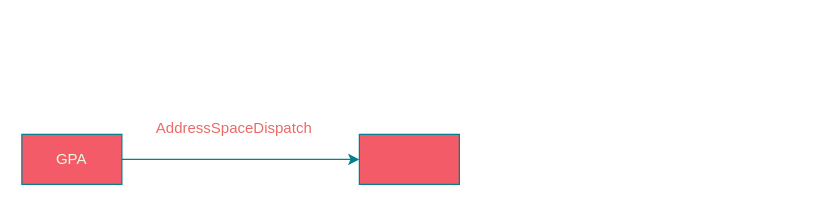
Yongibaoi/100-gdb-tips keeps this draw.io diagram as 内存管理1.drawio. Above is the earlier version. Source tidied: cells renumbered, new cells numbered last; positions are measured from the earlier drawing's top-left corner, leaving out a move shared by most shapes. Both pictures are drawn from the tidied source at 125%, with x=0, y=0 at pixel (21, 109).
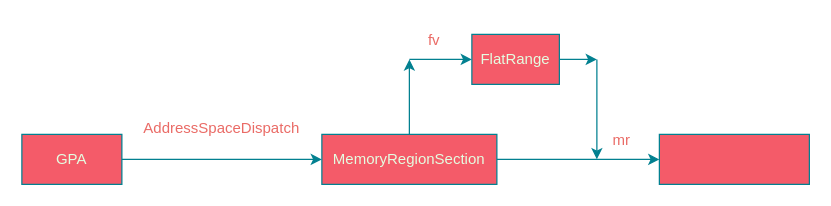
After the change.

Commit message (it also covers changes not shown here):
更新内存管理1.drawio

Change to the diagram source:
```diff
@@
 <mxGraphModel>
   <root>
     <mxCell id="0" />
     <mxCell id="1" parent="0" />
     <mxCell id="2" value="GPA" style="rounded=0;whiteSpace=wrap;html=1;labelBackgroundColor=none;fillColor=#F45B69;strokeColor=#028090;fontColor=#E4FDE1;" parent="1" vertex="1">
       <mxGeometry y="20" width="80" height="40" as="geometry" />
     </mxCell>
-    <mxCell id="3" style="rounded=0;whiteSpace=wrap;html=1;labelBackgroundColor=none;fillColor=#F45B69;strokeColor=#028090;fontColor=#E4FDE1;" parent="1" vertex="1">
-      <mxGeometry x="270" y="20" width="80" height="40" as="geometry" />
+    <mxCell id="3" value="MemoryRegionSection" style="rounded=0;whiteSpace=wrap;html=1;labelBackgroundColor=none;fillColor=#F45B69;strokeColor=#028090;fontColor=#E4FDE1;" parent="1" vertex="1">
+      <mxGeometry x="240" y="20" width="140" height="40" as="geometry" />
     </mxCell>
     <mxCell id="4" style="endArrow=classic;html=1;rounded=0;exitX=1;exitY=0.5;exitDx=0;exitDy=0;entryX=0;entryY=0.5;entryDx=0;entryDy=0;labelBackgroundColor=none;strokeColor=#028090;fontColor=default;" parent="1" edge="1" source="2" target="3">
       <mxGeometry relative="1" as="geometry" />
     </mxCell>
     <mxCell id="5" value="&lt;font color=&quot;#EA6B66&quot;&gt;AddressSpaceDispatch&lt;/font&gt;" style="text;html=1;strokeColor=none;fillColor=none;align=center;verticalAlign=middle;whiteSpace=wrap;rounded=0;fontColor=#E4FDE1;" parent="1" vertex="1">
-      <mxGeometry x="140" width="60" height="30" as="geometry" />
+      <mxGeometry x="130" width="60" height="30" as="geometry" />
     </mxCell>
+    <mxCell id="6" style="rounded=0;whiteSpace=wrap;html=1;strokeColor=#028090;fontColor=#E4FDE1;fillColor=#F45B69;" parent="1" vertex="1">
+      <mxGeometry x="510" y="20" width="120" height="40" as="geometry" />
+    </mxCell>
+    <mxCell id="7" value="FlatRange" style="rounded=0;whiteSpace=wrap;html=1;strokeColor=#028090;fontColor=#E4FDE1;fillColor=#F45B69;" parent="1" vertex="1">
+      <mxGeometry x="360" y="-60" width="70" height="40" as="geometry" />
+    </mxCell>
+    <mxCell id="8" style="endArrow=classic;html=1;rounded=0;strokeColor=#028090;fontColor=#E4FDE1;fillColor=#F45B69;exitX=0.5;exitY=0;exitDx=0;exitDy=0;" parent="1" edge="1" source="3">
+      <mxGeometry relative="1" as="geometry">
+        <mxPoint x="310" y="-40" as="targetPoint" />
+      </mxGeometry>
+    </mxCell>
+    <mxCell id="9" style="endArrow=classic;html=1;rounded=0;strokeColor=#028090;fontColor=#E4FDE1;fillColor=#F45B69;entryX=0;entryY=0.5;entryDx=0;entryDy=0;" parent="1" edge="1" target="7">
+      <mxGeometry relative="1" as="geometry">
+        <mxPoint x="310" y="-40" as="sourcePoint" />
+      </mxGeometry>
+    </mxCell>
+    <mxCell id="10" style="endArrow=classic;html=1;rounded=0;strokeColor=#028090;fontColor=#E4FDE1;fillColor=#F45B69;exitX=1;exitY=0.5;exitDx=0;exitDy=0;entryX=0;entryY=0.5;entryDx=0;entryDy=0;" parent="1" edge="1" source="3" target="6">
+      <mxGeometry relative="1" as="geometry" />
+    </mxCell>
+    <mxCell id="11" value="&lt;font color=&quot;#EA6B66&quot;&gt;fv&lt;/font&gt;" style="text;html=1;strokeColor=none;fillColor=none;align=center;verticalAlign=middle;whiteSpace=wrap;rounded=0;fontColor=#E4FDE1;" parent="1" vertex="1">
+      <mxGeometry x="300" y="-70" width="60" height="30" as="geometry" />
+    </mxCell>
+    <mxCell id="12" style="endArrow=classic;html=1;rounded=0;strokeColor=#028090;fontColor=#E4FDE1;fillColor=#F45B69;exitX=1;exitY=0.5;exitDx=0;exitDy=0;" parent="1" edge="1" source="7">
+      <mxGeometry relative="1" as="geometry">
+        <mxPoint x="460" y="-40" as="targetPoint" />
+      </mxGeometry>
+    </mxCell>
+    <mxCell id="13" style="endArrow=classic;html=1;rounded=0;strokeColor=#028090;fontColor=#E4FDE1;fillColor=#F45B69;" parent="1" edge="1">
+      <mxGeometry relative="1" as="geometry">
+        <mxPoint x="460" y="-40" as="sourcePoint" />
+        <mxPoint x="460" y="40" as="targetPoint" />
+      </mxGeometry>
+    </mxCell>
+    <mxCell id="14" value="&lt;font color=&quot;#EA6B66&quot;&gt;mr&lt;/font&gt;" style="text;html=1;strokeColor=none;fillColor=none;align=center;verticalAlign=middle;whiteSpace=wrap;rounded=0;fontColor=#E4FDE1;" parent="1" vertex="1">
+      <mxGeometry x="450" y="10" width="60" height="30" as="geometry" />
+    </mxCell>
   </root>
 </mxGraphModel>
```
